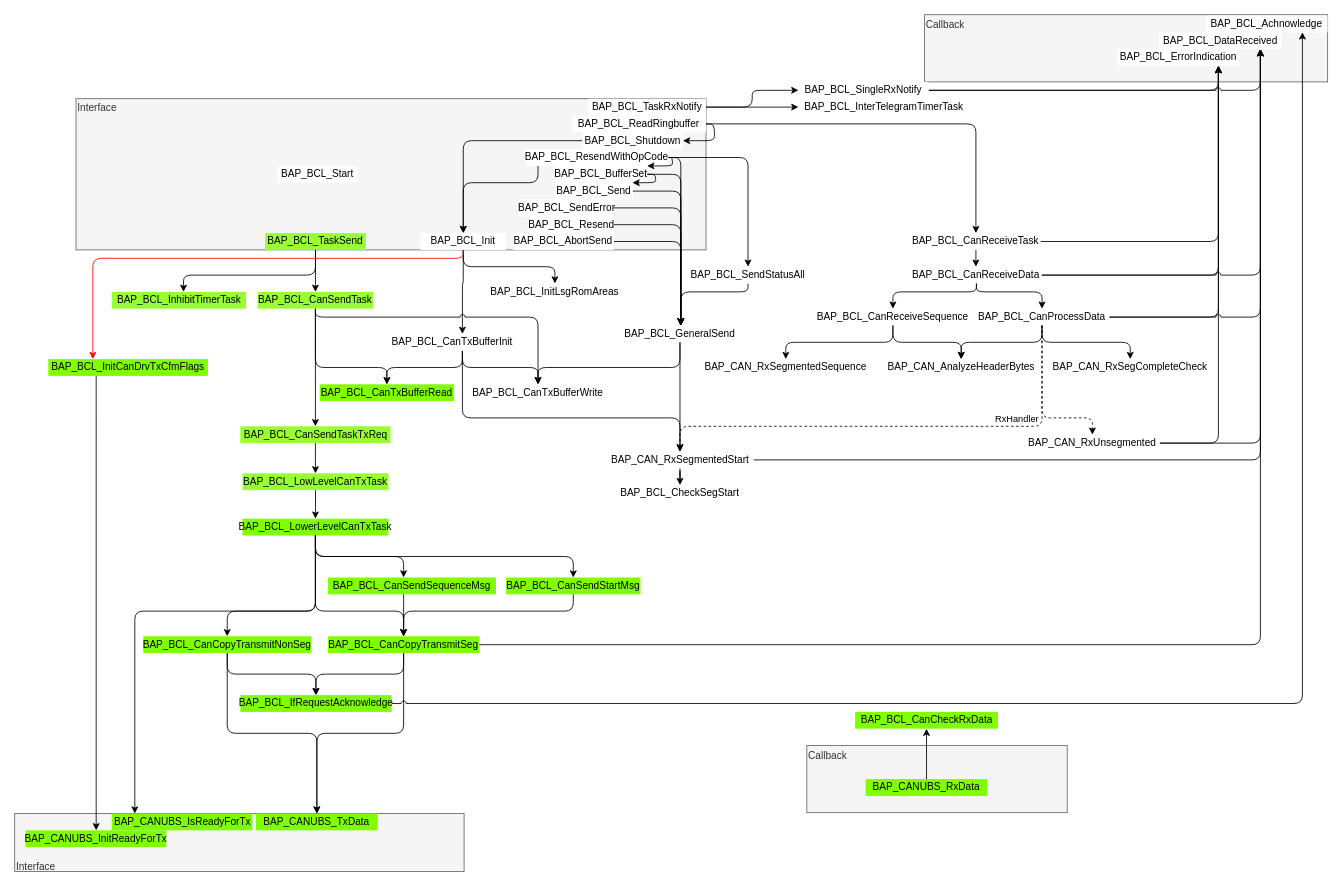
Earlier version of the draw.io diagram Untitled Diagram.drawio (danielroehrborn/flow-design-cheatsheet). Source tidied: cells renumbered, new cells numbered last; positions are measured from the earlier drawing's top-left corner, leaving out a move shared by most shapes. Both pictures are drawn from the tidied source at 84%, with x=0, y=0 at pixel (14, 14).
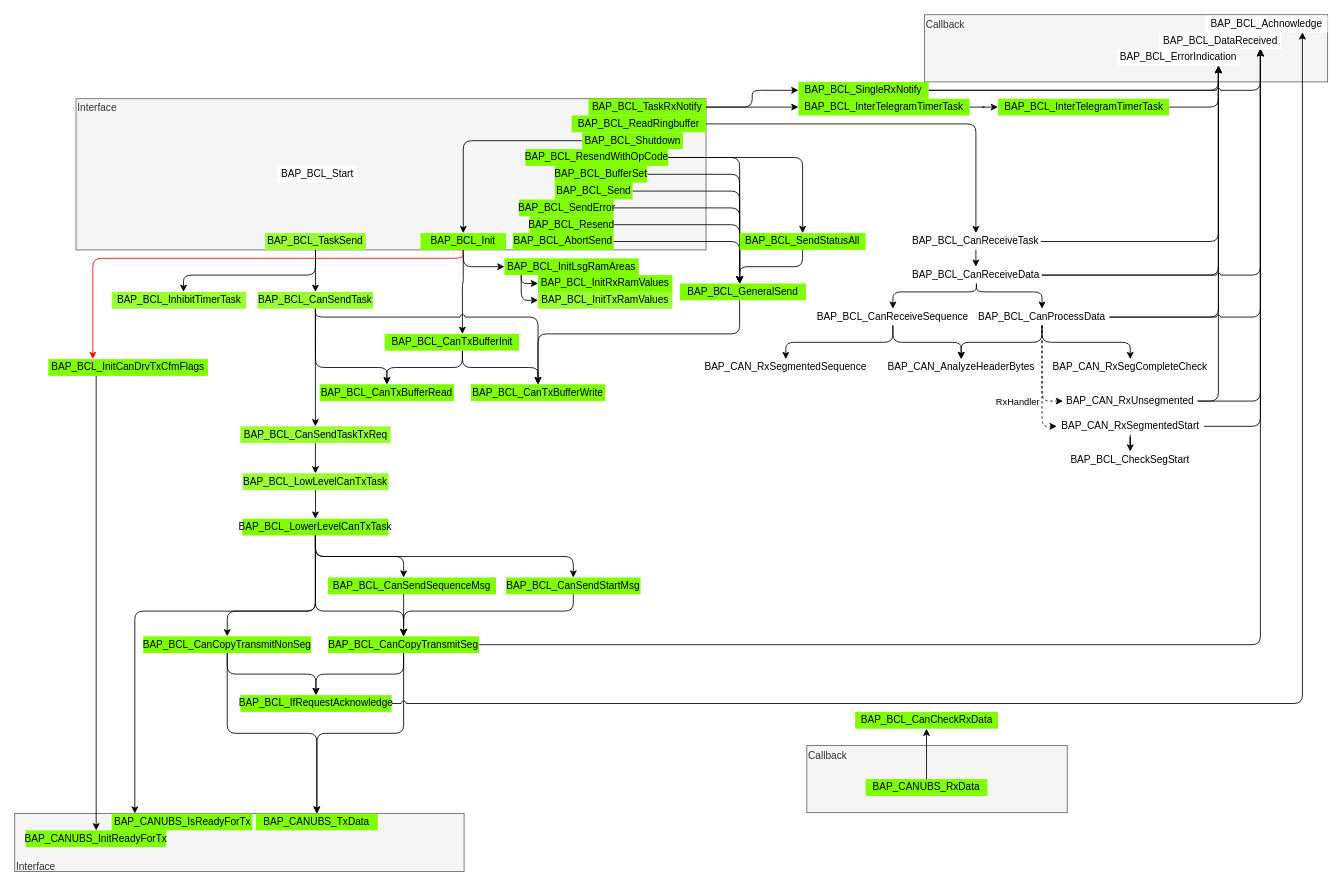
Above is the later version.

Unchanged cells that the change refers to:
```xml
<mxCell id="86" value="BAP_BCL_ErrorIndication" style="rounded=0;whiteSpace=wrap;html=1;strokeColor=none;" parent="1" vertex="1">
  <mxGeometry x="1313" y="41" width="145" height="20" as="geometry" />
</mxCell>
<mxCell id="87" value="BAP_BCL_DataReceived" style="rounded=0;whiteSpace=wrap;html=1;strokeColor=none;" parent="1" vertex="1">
  <mxGeometry x="1363" y="21" width="145" height="20" as="geometry" />
</mxCell>
<mxCell id="100" value="BAP_BCL_CanProcessData" style="rounded=0;whiteSpace=wrap;html=1;strokeColor=none;" parent="1" vertex="1">
  <mxGeometry x="1143" y="350" width="160" height="20" as="geometry" />
</mxCell>
<mxCell id="105" value="BAP_BCL_CanReceiveData" style="rounded=0;whiteSpace=wrap;html=1;strokeColor=none;" parent="1" vertex="1">
  <mxGeometry x="1067.4" y="300" width="155" height="20" as="geometry" />
</mxCell>
```

Change to the diagram source:
```diff
@@
     <mxCell id="8" style="edgeStyle=orthogonalEdgeStyle;rounded=1;jettySize=auto;html=1;" parent="1" edge="1" source="68" target="48">
       <mxGeometry relative="1" as="geometry">
         <Array as="points">
-          <mxPoint x="793" y="190" />
+          <mxPoint x="863" y="190" />
         </Array>
       </mxGeometry>
     </mxCell>
     <mxCell id="9" style="edgeStyle=orthogonalEdgeStyle;rounded=1;jettySize=auto;html=1;" parent="1" edge="1" source="72" target="48">
       <mxGeometry relative="1" as="geometry">
         <Array as="points">
-          <mxPoint x="793" y="270" />
+          <mxPoint x="863" y="270" />
         </Array>
       </mxGeometry>
     </mxCell>
-    <mxCell id="10" value="BAP_BCL_SendError" style="rounded=0;whiteSpace=wrap;html=1;strokeColor=none;" parent="1" vertex="1">
+    <mxCell id="10" value="BAP_BCL_SendError" style="rounded=0;whiteSpace=wrap;html=1;strokeColor=none;fillColor=#80FF00;" parent="1" vertex="1">
       <mxGeometry x="600.5" y="220" width="112.5" height="20" as="geometry" />
     </mxCell>
     <mxCell id="11" style="edgeStyle=orthogonalEdgeStyle;rounded=1;jettySize=auto;html=1;" parent="1" edge="1" source="12" target="48">
       <mxGeometry relative="1" as="geometry">
         <Array as="points">
-          <mxPoint x="793" y="250" />
+          <mxPoint x="863" y="250" />
         </Array>
       </mxGeometry>
     </mxCell>
-    <mxCell id="12" value="BAP_BCL_Resend" style="rounded=0;whiteSpace=wrap;html=1;strokeColor=none;" parent="1" vertex="1">
+    <mxCell id="12" value="BAP_BCL_Resend" style="rounded=0;whiteSpace=wrap;html=1;strokeColor=none;fillColor=#80FF00;" parent="1" vertex="1">
       <mxGeometry x="613" y="240" width="100" height="20" as="geometry" />
     </mxCell>
@@
-    <mxCell id="14" value="BAP_BCL_ReadRingbuffer" style="rounded=0;whiteSpace=wrap;html=1;strokeColor=none;" parent="1" vertex="1">
+    <mxCell id="14" value="BAP_BCL_ReadRingbuffer" style="rounded=0;whiteSpace=wrap;html=1;strokeColor=none;fillColor=#80FF00;" parent="1" vertex="1">
       <mxGeometry x="663" y="120" width="160" height="20" as="geometry" />
     </mxCell>
     <mxCell id="15" style="edgeStyle=orthogonalEdgeStyle;rounded=1;jettySize=auto;html=1;" parent="1" edge="1" source="70" target="48">
       <mxGeometry relative="1" as="geometry">
         <Array as="points">
-          <mxPoint x="793" y="210" />
+          <mxPoint x="863" y="210" />
         </Array>
       </mxGeometry>
     </mxCell>
@@
-    <mxCell id="18" style="edgeStyle=orthogonalEdgeStyle;rounded=1;jettySize=auto;html=1;" parent="1" edge="1" source="20" target="62">
+    <mxCell id="18" style="edgeStyle=orthogonalEdgeStyle;rounded=1;jettySize=auto;html=1;entryX=0;entryY=0.5;entryDx=0;entryDy=0;" parent="1" edge="1" source="20" target="62">
       <mxGeometry relative="1" as="geometry" />
     </mxCell>
@@
-    <mxCell id="20" value="BAP_BCL_Init" style="rounded=0;whiteSpace=wrap;html=1;strokeColor=none;" parent="1" vertex="1">
+    <mxCell id="20" value="BAP_BCL_Init" style="rounded=0;whiteSpace=wrap;html=1;strokeColor=none;fillColor=#80FF00;" parent="1" vertex="1">
       <mxGeometry x="483" y="260" width="102" height="20" as="geometry" />
     </mxCell>
@@
-    <mxCell id="22" style="edgeStyle=orthogonalEdgeStyle;rounded=1;jettySize=auto;html=1;entryX=0.5;entryY=0;entryDx=0;entryDy=0;" parent="1" edge="1" source="45" target="20">
-      <mxGeometry relative="1" as="geometry">
-        <Array as="points">
-          <mxPoint x="623" y="200" />
-          <mxPoint x="534" y="200" />
-        </Array>
-      </mxGeometry>
-    </mxCell>
@@
-    <mxCell id="25" value="BAP_BCL_TaskRxNotify" style="rounded=0;whiteSpace=wrap;html=1;strokeColor=none;" parent="1" vertex="1">
+    <mxCell id="25" value="BAP_BCL_TaskRxNotify" style="rounded=0;whiteSpace=wrap;html=1;strokeColor=none;fillColor=#80FF00;" parent="1" vertex="1">
       <mxGeometry x="683" y="100" width="140" height="20" as="geometry" />
     </mxCell>
@@
     <mxCell id="35" style="edgeStyle=orthogonalEdgeStyle;rounded=1;jettySize=auto;html=1;" parent="1" edge="1" source="53" target="87">
       <mxGeometry relative="1" as="geometry">
         <Array as="points">
-          <mxPoint x="1483" y="530" />
+          <mxPoint x="1483" y="490" />
         </Array>
       </mxGeometry>
     </mxCell>
     <mxCell id="36" style="edgeStyle=orthogonalEdgeStyle;rounded=1;jettySize=auto;html=1;" parent="1" edge="1" source="99" target="87">
       <mxGeometry relative="1" as="geometry">
         <Array as="points">
-          <mxPoint x="1483" y="510" />
+          <mxPoint x="1483" y="460" />
         </Array>
       </mxGeometry>
     </mxCell>
     <mxCell id="37" style="edgeStyle=orthogonalEdgeStyle;rounded=1;jettySize=auto;html=1;jumpStyle=none;strokeWidth=1;" parent="1" edge="1" source="99" target="86">
       <mxGeometry relative="1" as="geometry">
         <Array as="points">
-          <mxPoint x="1433" y="510" />
+          <mxPoint x="1433" y="460" />
         </Array>
       </mxGeometry>
     </mxCell>
+    <mxCell id="122" style="edgeStyle=orthogonalEdgeStyle;jumpStyle=arc;jumpSize=5;jettySize=auto;html=1;" parent="1" edge="1" source="38" target="128">
+      <mxGeometry relative="1" as="geometry" />
+    </mxCell>
-    <mxCell id="38" value="BAP_BCL_InterTelegramTimerTask" style="rounded=0;whiteSpace=wrap;html=1;strokeColor=none;" parent="1" vertex="1">
+    <mxCell id="38" value="BAP_BCL_InterTelegramTimerTask" style="rounded=0;whiteSpace=wrap;html=1;strokeColor=none;fillColor=#80FF00;" parent="1" vertex="1">
       <mxGeometry x="933" y="100" width="203.8" height="20" as="geometry" />
     </mxCell>
-    <mxCell id="39" style="edgeStyle=orthogonalEdgeStyle;rounded=1;jettySize=auto;html=1;jumpStyle=arc;" parent="1" edge="1" source="41" target="87">
+    <mxCell id="39" style="edgeStyle=orthogonalEdgeStyle;rounded=1;jettySize=auto;html=1;jumpStyle=arc;jumpSize=5;" parent="1" edge="1" source="41" target="87">
       <mxGeometry relative="1" as="geometry">
         <Array as="points">
           <mxPoint x="1483" y="90" />
         </Array>
       </mxGeometry>
     </mxCell>
@@
-    <mxCell id="41" value="BAP_BCL_SingleRxNotify" style="rounded=0;whiteSpace=wrap;html=1;strokeColor=none;" parent="1" vertex="1">
+    <mxCell id="41" value="BAP_BCL_SingleRxNotify" style="rounded=0;whiteSpace=wrap;html=1;strokeColor=none;fillColor=#80FF00;" parent="1" vertex="1">
       <mxGeometry x="933" y="80" width="155" height="20" as="geometry" />
     </mxCell>
@@
     <mxCell id="44" style="edgeStyle=orthogonalEdgeStyle;rounded=1;jumpStyle=arc;jettySize=auto;html=1;strokeWidth=1;" parent="1" edge="1" source="45" target="48">
       <mxGeometry relative="1" as="geometry">
         <Array as="points">
-          <mxPoint x="793" y="170" />
+          <mxPoint x="863" y="170" />
         </Array>
       </mxGeometry>
     </mxCell>
-    <mxCell id="45" value="BAP_BCL_ResendWithOpCode" style="rounded=0;whiteSpace=wrap;html=1;strokeColor=none;" parent="1" vertex="1">
+    <mxCell id="45" value="BAP_BCL_ResendWithOpCode" style="rounded=0;whiteSpace=wrap;html=1;strokeColor=none;fillColor=#80FF00;" parent="1" vertex="1">
       <mxGeometry x="608" y="160" width="170" height="20" as="geometry" />
     </mxCell>
-    <mxCell id="46" style="edgeStyle=orthogonalEdgeStyle;rounded=1;jettySize=auto;html=1;entryX=1;entryY=0.5;entryDx=0;entryDy=0;exitX=1;exitY=0.5;exitDx=0;exitDy=0;" parent="1" edge="1" source="14" target="58">
-      <mxGeometry relative="1" as="geometry">
-        <Array as="points">
-          <mxPoint x="833" y="130" />
-          <mxPoint x="833" y="150" />
-        </Array>
-      </mxGeometry>
-    </mxCell>
-    <mxCell id="47" style="edgeStyle=orthogonalEdgeStyle;rounded=1;jettySize=auto;html=1;entryX=0.5;entryY=0;entryDx=0;entryDy=0;" parent="1" edge="1" source="48" target="53">
-      <mxGeometry relative="1" as="geometry" />
-    </mxCell>
-    <mxCell id="48" value="BAP_BCL_GeneralSend" style="rounded=0;whiteSpace=wrap;html=1;strokeColor=none;" parent="1" vertex="1">
-      <mxGeometry x="717" y="370" width="150" height="20" as="geometry" />
+    <mxCell id="48" value="BAP_BCL_GeneralSend" style="rounded=0;whiteSpace=wrap;html=1;strokeColor=none;fillColor=#80FF00;" parent="1" vertex="1">
+      <mxGeometry x="792" y="320" width="150" height="20" as="geometry" />
     </mxCell>
     <mxCell id="49" style="edgeStyle=orthogonalEdgeStyle;rounded=1;jettySize=auto;html=1;" parent="1" edge="1" source="74" target="48">
       <mxGeometry x="1081" y="-860" as="geometry">
         <Array as="points">
-          <mxPoint x="873" y="330" />
-          <mxPoint x="793" y="330" />
+          <mxPoint x="938" y="300" />
+          <mxPoint x="863" y="300" />
         </Array>
       </mxGeometry>
     </mxCell>
     <mxCell id="50" style="edgeStyle=orthogonalEdgeStyle;rounded=1;jettySize=auto;html=1;" parent="1" edge="1" source="48" target="63">
       <mxGeometry x="1081" y="-860" as="geometry">
         <Array as="points">
-          <mxPoint x="792" y="420" />
-          <mxPoint x="623" y="420" />
+          <mxPoint x="863" y="380" />
+          <mxPoint x="623" y="380" />
         </Array>
       </mxGeometry>
     </mxCell>
-    <mxCell id="51" style="edgeStyle=orthogonalEdgeStyle;rounded=1;jettySize=auto;html=1;entryX=0.5;entryY=0;entryDx=0;entryDy=0;" parent="1" edge="1" source="67" target="53">
-      <mxGeometry relative="1" as="geometry">
-        <Array as="points">
-          <mxPoint x="533" y="480" />
-          <mxPoint x="792" y="480" />
-        </Array>
-      </mxGeometry>
-    </mxCell>
     <mxCell id="52" value="BAP_BCL_CheckSegStart" style="rounded=0;whiteSpace=wrap;html=1;strokeColor=none;" parent="1" vertex="1">
-      <mxGeometry x="717" y="560" width="150" height="20" as="geometry" />
+      <mxGeometry x="1253" y="520" width="150" height="20" as="geometry" />
     </mxCell>
     <mxCell id="53" value="BAP_CAN_RxSegmentedStart" style="rounded=0;whiteSpace=wrap;html=1;strokeColor=none;" parent="1" vertex="1">
-      <mxGeometry x="704.5" y="520" width="175" height="20" as="geometry" />
+      <mxGeometry x="1240.5" y="480" width="175" height="20" as="geometry" />
     </mxCell>
     <mxCell id="54" style="edgeStyle=orthogonalEdgeStyle;rounded=1;jettySize=auto;html=1;entryX=0.5;entryY=0;entryDx=0;entryDy=0;" parent="1" edge="1" source="53" target="52">
-      <mxGeometry x="645" y="-1330" as="geometry" />
+      <mxGeometry x="1181" y="-1370" as="geometry" />
     </mxCell>
-    <mxCell id="55" style="edgeStyle=orthogonalEdgeStyle;rounded=1;jettySize=auto;html=1;entryX=0.5;entryY=0;entryDx=0;entryDy=0;jumpStyle=none;dashed=1;exitX=0.5;exitY=1;exitDx=0;exitDy=0;" parent="1" edge="1" source="100" target="53">
+    <mxCell id="55" style="edgeStyle=orthogonalEdgeStyle;rounded=1;jettySize=auto;html=1;jumpStyle=none;dashed=1;exitX=0.5;exitY=1;exitDx=0;exitDy=0;entryX=0;entryY=0.5;entryDx=0;entryDy=0;" parent="1" edge="1" source="100" target="53">
       <mxGeometry relative="1" as="geometry">
         <Array as="points">
           <mxPoint x="1223" y="490" />
-          <mxPoint x="792" y="490" />
         </Array>
       </mxGeometry>
     </mxCell>
     <mxCell id="56" value="RxHandler" style="edgeLabel;html=1;align=center;verticalAlign=middle;" parent="55" vertex="1">
       <mxGeometry x="-0.44" y="1" relative="1" as="geometry">
-        <mxPoint x="12.7" y="-11" as="offset" />
+        <mxPoint x="-31" y="51" as="offset" />
       </mxGeometry>
     </mxCell>
@@
-    <mxCell id="58" value="BAP_BCL_Shutdown" style="rounded=0;whiteSpace=wrap;html=1;strokeColor=none;" parent="1" vertex="1">
+    <mxCell id="58" value="BAP_BCL_Shutdown" style="rounded=0;whiteSpace=wrap;html=1;strokeColor=none;fillColor=#80FF00;" parent="1" vertex="1">
       <mxGeometry x="675.5" y="140" width="120" height="20" as="geometry" />
     </mxCell>
@@
+    <mxCell id="123" style="edgeStyle=orthogonalEdgeStyle;rounded=1;jettySize=auto;html=1;entryX=0;entryY=0.5;entryDx=0;entryDy=0;jumpStyle=arc;" parent="1" edge="1" source="62" target="125">
+      <mxGeometry relative="1" as="geometry">
+        <Array as="points">
+          <mxPoint x="603" y="340" />
+        </Array>
+      </mxGeometry>
+    </mxCell>
+    <mxCell id="124" style="edgeStyle=orthogonalEdgeStyle;jumpStyle=arc;jettySize=auto;html=1;entryX=0;entryY=0.5;entryDx=0;entryDy=0;" parent="1" edge="1" source="62" target="126">
+      <mxGeometry relative="1" as="geometry">
+        <Array as="points">
+          <mxPoint x="603" y="320" />
+        </Array>
+      </mxGeometry>
+    </mxCell>
-    <mxCell id="62" value="BAP_BCL_InitLsgRomAreas" style="rounded=0;whiteSpace=wrap;html=1;strokeColor=none;" parent="1" vertex="1">
-      <mxGeometry x="563.1" y="320" width="160" height="20" as="geometry" />
+    <mxCell id="62" value="BAP_BCL_InitLsgRamAreas" style="rounded=0;whiteSpace=wrap;html=1;strokeColor=none;fillColor=#80FF00;" parent="1" vertex="1">
+      <mxGeometry x="583" y="290" width="160" height="20" as="geometry" />
     </mxCell>
-    <mxCell id="63" value="BAP_BCL_CanTxBufferWrite" style="rounded=0;whiteSpace=wrap;html=1;strokeColor=none;" parent="1" vertex="1">
+    <mxCell id="63" value="BAP_BCL_CanTxBufferWrite" style="rounded=0;whiteSpace=wrap;html=1;strokeColor=none;fillColor=#80FF00;" parent="1" vertex="1">
       <mxGeometry x="543" y="440" width="160" height="20" as="geometry" />
     </mxCell>
@@
-    <mxCell id="67" value="BAP_BCL_CanTxBufferInit" style="rounded=0;whiteSpace=wrap;html=1;strokeColor=none;" parent="1" vertex="1">
+    <mxCell id="67" value="BAP_BCL_CanTxBufferInit" style="rounded=0;whiteSpace=wrap;html=1;strokeColor=none;fillColor=#80FF00;" parent="1" vertex="1">
       <mxGeometry x="440.5" y="380" width="160" height="20" as="geometry" />
     </mxCell>
-    <mxCell id="68" value="BAP_BCL_BufferSet" style="rounded=0;whiteSpace=wrap;html=1;strokeColor=none;" parent="1" vertex="1">
+    <mxCell id="68" value="BAP_BCL_BufferSet" style="rounded=0;whiteSpace=wrap;html=1;strokeColor=none;fillColor=#80FF00;" parent="1" vertex="1">
       <mxGeometry x="643" y="180" width="110" height="20" as="geometry" />
     </mxCell>
-    <mxCell id="69" style="edgeStyle=orthogonalEdgeStyle;rounded=1;jettySize=auto;html=1;" parent="1" edge="1" source="45" target="68">
-      <mxGeometry relative="1" as="geometry">
-        <Array as="points">
-          <mxPoint x="783" y="170" />
-          <mxPoint x="783" y="180" />
-        </Array>
-      </mxGeometry>
-    </mxCell>
-    <mxCell id="70" value="BAP_BCL_Send" style="rounded=0;whiteSpace=wrap;html=1;strokeColor=none;" parent="1" vertex="1">
+    <mxCell id="70" value="BAP_BCL_Send" style="rounded=0;whiteSpace=wrap;html=1;strokeColor=none;fillColor=#80FF00;" parent="1" vertex="1">
       <mxGeometry x="643" y="200" width="92.5" height="20" as="geometry" />
     </mxCell>
-    <mxCell id="71" style="edgeStyle=orthogonalEdgeStyle;rounded=1;jettySize=auto;html=1;" parent="1" edge="1" source="68" target="70">
-      <mxGeometry relative="1" as="geometry">
-        <Array as="points">
-          <mxPoint x="763" y="190" />
-          <mxPoint x="763" y="200" />
-        </Array>
-      </mxGeometry>
-    </mxCell>
-    <mxCell id="72" value="BAP_BCL_AbortSend" style="rounded=0;whiteSpace=wrap;html=1;strokeColor=none;" parent="1" vertex="1">
+    <mxCell id="72" value="BAP_BCL_AbortSend" style="rounded=0;whiteSpace=wrap;html=1;strokeColor=none;fillColor=#80FF00;" parent="1" vertex="1">
       <mxGeometry x="593" y="260" width="120" height="20" as="geometry" />
     </mxCell>
     <mxCell id="73" style="edgeStyle=orthogonalEdgeStyle;rounded=1;jettySize=auto;html=1;" parent="1" edge="1" source="10" target="48">
       <mxGeometry relative="1" as="geometry">
         <Array as="points">
-          <mxPoint x="793" y="230" />
+          <mxPoint x="863" y="230" />
         </Array>
       </mxGeometry>
     </mxCell>
-    <mxCell id="74" value="BAP_BCL_SendStatusAll" style="rounded=0;whiteSpace=wrap;html=1;strokeColor=none;" parent="1" vertex="1">
-      <mxGeometry x="798" y="300" width="150" height="20" as="geometry" />
+    <mxCell id="74" value="BAP_BCL_SendStatusAll" style="rounded=0;whiteSpace=wrap;html=1;strokeColor=none;fillColor=#80FF00;" parent="1" vertex="1">
+      <mxGeometry x="863" y="260" width="150" height="20" as="geometry" />
     </mxCell>
@@
-    <mxCell id="84" style="edgeStyle=orthogonalEdgeStyle;rounded=1;jumpStyle=arc;jettySize=auto;html=1;strokeWidth=1;" parent="1" edge="1" source="100" target="87">
+    <mxCell id="84" style="edgeStyle=orthogonalEdgeStyle;rounded=1;jumpStyle=arc;jettySize=auto;html=1;strokeWidth=1;jumpSize=5;" parent="1" edge="1" source="100" target="87">
       <mxGeometry relative="1" as="geometry">
         <Array as="points">
           <mxPoint x="1483" y="360" />
         </Array>
       </mxGeometry>
     </mxCell>
-    <mxCell id="85" style="edgeStyle=orthogonalEdgeStyle;rounded=1;jumpStyle=arc;jettySize=auto;html=1;strokeWidth=1;" parent="1" edge="1" source="105" target="87">
+    <mxCell id="85" style="edgeStyle=orthogonalEdgeStyle;rounded=1;jumpStyle=arc;jettySize=auto;html=1;strokeWidth=1;jumpSize=5;" parent="1" edge="1" source="105" target="87">
       <mxGeometry relative="1" as="geometry">
         <Array as="points">
           <mxPoint x="1483" y="310" />
         </Array>
       </mxGeometry>
     </mxCell>
@@
     <mxCell id="99" value="BAP_CAN_RxUnsegmented" style="rounded=0;whiteSpace=wrap;html=1;strokeColor=none;" parent="1" vertex="1">
-      <mxGeometry x="1203" y="500" width="160" height="20" as="geometry" />
+      <mxGeometry x="1248" y="450" width="160" height="20" as="geometry" />
     </mxCell>
@@
-    <mxCell id="113" style="edgeStyle=orthogonalEdgeStyle;rounded=1;jettySize=auto;html=1;dashed=1;" parent="1" edge="1" source="100" target="99">
+    <mxCell id="113" style="edgeStyle=orthogonalEdgeStyle;rounded=1;jettySize=auto;html=1;dashed=1;entryX=0;entryY=0.5;entryDx=0;entryDy=0;" parent="1" edge="1" source="100" target="99">
       <mxGeometry x="375" y="-840" as="geometry">
         <Array as="points">
-          <mxPoint x="1223" y="480" />
-          <mxPoint x="1283" y="480" />
+          <mxPoint x="1223" y="460" />
         </Array>
       </mxGeometry>
     </mxCell>
@@
+    <mxCell id="125" value="BAP_BCL_InitTxRamValues" style="rounded=0;whiteSpace=wrap;html=1;strokeColor=none;fillColor=#99FF33;" parent="1" vertex="1">
+      <mxGeometry x="623" y="330" width="160" height="20" as="geometry" />
+    </mxCell>
+    <mxCell id="126" value="BAP_BCL_InitRxRamValues" style="rounded=0;whiteSpace=wrap;html=1;strokeColor=none;fillColor=#80FF00;" parent="1" vertex="1">
+      <mxGeometry x="623" y="310" width="160" height="20" as="geometry" />
+    </mxCell>
+    <mxCell id="127" style="edgeStyle=orthogonalEdgeStyle;jumpStyle=none;jumpSize=5;jettySize=auto;html=1;" parent="1" edge="1" source="128" target="86">
+      <mxGeometry relative="1" as="geometry">
+        <Array as="points">
+          <mxPoint x="1433" y="110" />
+        </Array>
+      </mxGeometry>
+    </mxCell>
+    <mxCell id="128" value="BAP_BCL_InterTelegramTimerTask" style="rounded=0;whiteSpace=wrap;html=1;strokeColor=none;fillColor=#80FF00;" parent="1" vertex="1">
+      <mxGeometry x="1170.5" y="100" width="203.8" height="20" as="geometry" />
+    </mxCell>
```
